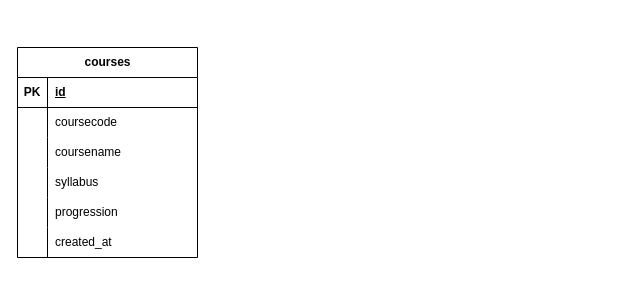
sini2500/dt207g-1 keeps this draw.io diagram as er-diagram.dio. Above is the earlier version. Source tidied: cells renumbered, new cells numbered last; positions are measured from the earlier drawing's top-left corner, leaving out a move shared by most shapes. Both pictures are drawn from the tidied source at 100%, with x=0, y=0 at pixel (17, 47).
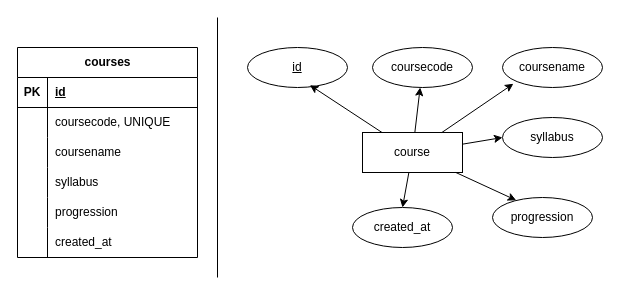
The same page after the edit.

Unchanged cells that the change refers to:
```xml
<mxCell id="6" style="shape=tableRow;horizontal=0;startSize=0;swimlaneHead=0;swimlaneBody=0;fillColor=none;top=0;left=0;right=0;bottom=0;" parent="2" vertex="1">
  <mxGeometry y="60" width="180" height="30" as="geometry" />
</mxCell>
```

Change to the diagram source:
```diff
@@
-    <mxCell id="8" value="coursecode" style="shape=partialRectangle;fillColor=none;top=0;left=0;bottom=0;right=0;align=left;spacingLeft=6;overflow=hidden;whiteSpace=wrap;html=1;" parent="6" vertex="1">
+    <mxCell id="8" value="coursecode, UNIQUE" style="shape=partialRectangle;fillColor=none;top=0;left=0;bottom=0;right=0;align=left;spacingLeft=6;overflow=hidden;whiteSpace=wrap;html=1;" parent="6" vertex="1">
       <mxGeometry x="30" width="150" height="30" as="geometry" />
     </mxCell>
@@
+    <mxCell id="21" style="endArrow=none;html=1;rounded=0;" parent="1" edge="1">
+      <mxGeometry relative="1" as="geometry">
+        <mxPoint x="200" y="230" as="sourcePoint" />
+        <mxPoint x="200" y="-30" as="targetPoint" />
+      </mxGeometry>
+    </mxCell>
+    <mxCell id="22" style="edgeStyle=none;html=1;" parent="1" edge="1" source="25" target="26">
+      <mxGeometry relative="1" as="geometry" />
+    </mxCell>
+    <mxCell id="23" style="edgeStyle=none;html=1;entryX=0;entryY=0.5;entryDx=0;entryDy=0;" parent="1" edge="1" source="25" target="29">
+      <mxGeometry relative="1" as="geometry" />
+    </mxCell>
+    <mxCell id="24" style="edgeStyle=none;html=1;entryX=0.5;entryY=0;entryDx=0;entryDy=0;" parent="1" edge="1" source="25" target="31">
+      <mxGeometry relative="1" as="geometry" />
+    </mxCell>
+    <mxCell id="25" value="course" style="whiteSpace=wrap;html=1;align=center;" parent="1" vertex="1">
+      <mxGeometry x="345" y="85" width="100" height="40" as="geometry" />
+    </mxCell>
+    <mxCell id="26" value="coursecode" style="ellipse;whiteSpace=wrap;html=1;align=center;" parent="1" vertex="1">
+      <mxGeometry x="355" width="100" height="40" as="geometry" />
+    </mxCell>
+    <mxCell id="27" value="id" style="ellipse;whiteSpace=wrap;html=1;align=center;fontStyle=4;" parent="1" vertex="1">
+      <mxGeometry x="230" width="100" height="40" as="geometry" />
+    </mxCell>
+    <mxCell id="28" value="coursename" style="ellipse;whiteSpace=wrap;html=1;align=center;" parent="1" vertex="1">
+      <mxGeometry x="485" width="100" height="40" as="geometry" />
+    </mxCell>
+    <mxCell id="29" value="syllabus" style="ellipse;whiteSpace=wrap;html=1;align=center;" parent="1" vertex="1">
+      <mxGeometry x="485" y="70" width="100" height="40" as="geometry" />
+    </mxCell>
+    <mxCell id="30" value="progression" style="ellipse;whiteSpace=wrap;html=1;align=center;" parent="1" vertex="1">
+      <mxGeometry x="475" y="150" width="100" height="40" as="geometry" />
+    </mxCell>
+    <mxCell id="31" value="created_at" style="ellipse;whiteSpace=wrap;html=1;align=center;" parent="1" vertex="1">
+      <mxGeometry x="335" y="160" width="100" height="40" as="geometry" />
+    </mxCell>
+    <mxCell id="32" style="edgeStyle=none;html=1;entryX=0.624;entryY=0.941;entryDx=0;entryDy=0;entryPerimeter=0;" parent="1" edge="1" source="25" target="27">
+      <mxGeometry relative="1" as="geometry" />
+    </mxCell>
+    <mxCell id="33" style="edgeStyle=none;html=1;entryX=0.109;entryY=0.906;entryDx=0;entryDy=0;entryPerimeter=0;" parent="1" edge="1" source="25" target="28">
+      <mxGeometry relative="1" as="geometry" />
+    </mxCell>
+    <mxCell id="34" style="edgeStyle=none;html=1;entryX=0.237;entryY=0.07;entryDx=0;entryDy=0;entryPerimeter=0;" parent="1" edge="1" source="25" target="30">
+      <mxGeometry relative="1" as="geometry" />
+    </mxCell>
```
